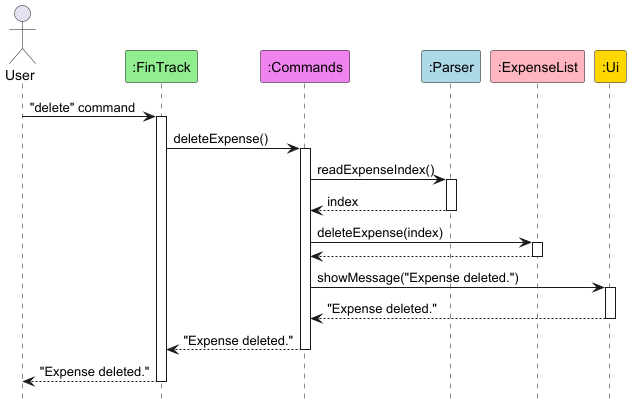
Above: docs/diagrams/DeleteCommand.png in AY2425S2-CS2113-W12-3/tp (PlantUML), before the change.
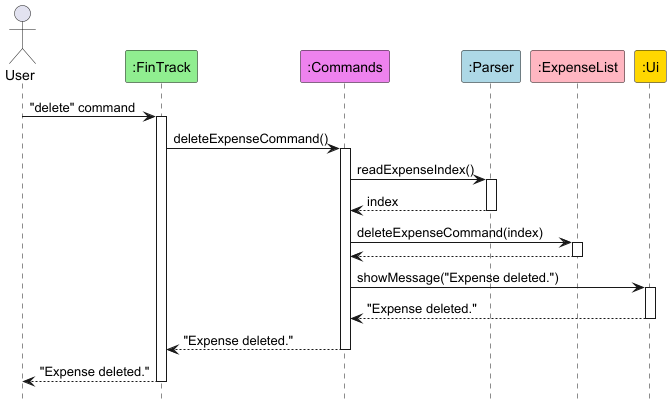
Above is the later version.

What changed in the source:
```diff
@@ -5,29 +5,29 @@
 actor User
 
 participant ":FinTrack" as FinTrack #90EE90
-participant ":Commands" as Commands #EE82EE
+participant ":Commands" as AllCommands #EE82EE
 participant ":Parser" as Parser #ADD8E6
 participant ":ExpenseList" as ExpenseList #FFB6C1
 participant ":Ui" as Ui #FFD700
 
 User -> FinTrack : "delete" command
 activate FinTrack
-FinTrack -> Commands : deleteExpense()
-activate Commands
-Commands -> Parser : readExpenseIndex()
+FinTrack -> AllCommands : deleteExpenseCommand()
+activate AllCommands
+AllCommands -> Parser : readExpenseIndex()
 activate Parser
-Parser --> Commands : index
+Parser --> AllCommands : index
 deactivate Parser
-Commands -> ExpenseList : deleteExpense(index)
+AllCommands -> ExpenseList : deleteExpenseCommand(index)
 activate ExpenseList
-ExpenseList --> Commands :
+ExpenseList --> AllCommands :
 deactivate ExpenseList
-Commands -> Ui : showMessage("Expense deleted.")
+AllCommands -> Ui : showMessage("Expense deleted.")
 activate Ui
-Ui --> Commands : "Expense deleted."
+Ui --> AllCommands : "Expense deleted."
 deactivate Ui
-Commands --> FinTrack : "Expense deleted."
-deactivate Commands
+AllCommands --> FinTrack : "Expense deleted."
+deactivate AllCommands
 FinTrack --> User : "Expense deleted."
 deactivate FinTrack
 
```
